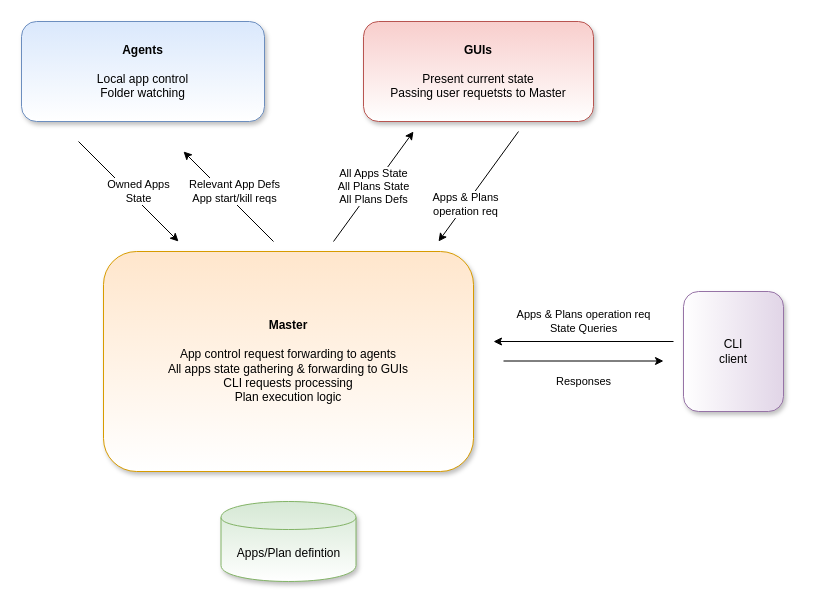
Above: page "Overview" (1 of 2) of Architecture.drawio in pjanec/dirigent (draw.io), before the change. Source tidied: cells renumbered, new cells numbered last; positions are measured from the earlier drawing's top-left corner, leaving out a move shared by most shapes. Both pictures are drawn from the tidied source at 100%, with x=0, y=0 at pixel (21, 21).
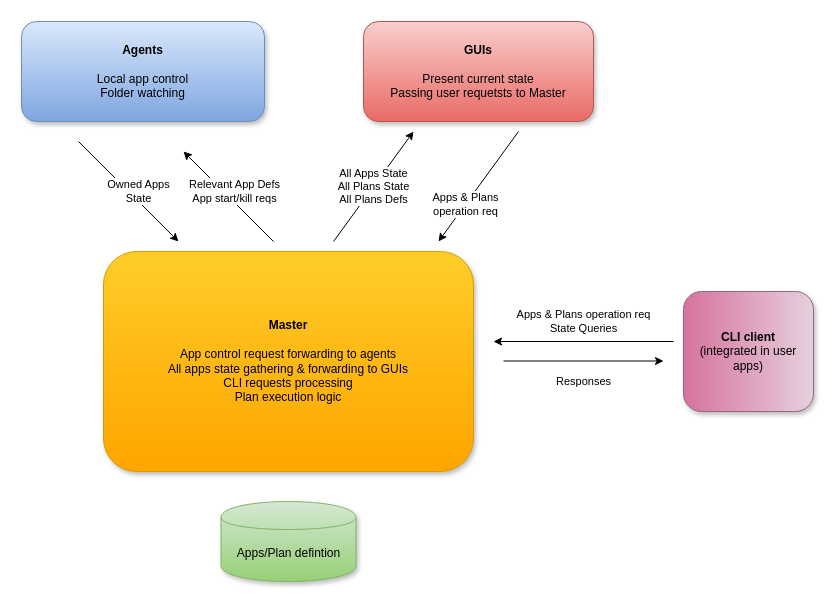
The same diagram, later.

What changed in the source:
```diff
@@
 <mxGraphModel>
   <root>
     <mxCell id="0" />
     <mxCell id="1" parent="0" />
-    <mxCell id="2" value="&lt;b&gt;Master&lt;br&gt;&lt;br&gt;&lt;/b&gt;App control request forwarding to agents&lt;br&gt;All apps state gathering &amp;amp; forwarding to GUIs&lt;br&gt;CLI requests processing&lt;br&gt;Plan execution logic" style="rounded=1;whiteSpace=wrap;html=1;fillColor=#ffe6cc;strokeColor=#d79b00;gradientColor=#ffffff;shadow=1;" parent="1" vertex="1">
+    <mxCell id="2" value="&lt;b&gt;Master&lt;br&gt;&lt;br&gt;&lt;/b&gt;App control request forwarding to agents&lt;br&gt;All apps state gathering &amp;amp; forwarding to GUIs&lt;br&gt;CLI requests processing&lt;br&gt;Plan execution logic" style="rounded=1;whiteSpace=wrap;html=1;fillColor=#ffcd28;strokeColor=#d79b00;gradientColor=#ffa500;shadow=1;" parent="1" vertex="1">
       <mxGeometry x="82" y="230" width="370" height="220" as="geometry" />
     </mxCell>
-    <mxCell id="3" value="&lt;b&gt;Agents&lt;/b&gt;&lt;br&gt;&lt;br&gt;Local app control&lt;br&gt;Folder watching" style="rounded=1;whiteSpace=wrap;html=1;fillColor=#dae8fc;strokeColor=#6c8ebf;gradientColor=#ffffff;glass=0;shadow=1;" parent="1" vertex="1">
+    <mxCell id="3" value="&lt;b&gt;Agents&lt;/b&gt;&lt;br&gt;&lt;br&gt;Local app control&lt;br&gt;Folder watching" style="rounded=1;whiteSpace=wrap;html=1;fillColor=#dae8fc;strokeColor=#6c8ebf;gradientColor=#7ea6e0;glass=0;shadow=1;" parent="1" vertex="1">
       <mxGeometry width="243" height="100" as="geometry" />
     </mxCell>
-    <mxCell id="4" value="&lt;b&gt;GUIs&lt;br&gt;&lt;br&gt;&lt;/b&gt;Present current state&lt;br&gt;Passing user requetsts to Master" style="rounded=1;whiteSpace=wrap;html=1;fillColor=#f8cecc;strokeColor=#b85450;gradientColor=#ffffff;shadow=1;" parent="1" vertex="1">
+    <mxCell id="4" value="&lt;b&gt;GUIs&lt;br&gt;&lt;br&gt;&lt;/b&gt;Present current state&lt;br&gt;Passing user requetsts to Master" style="rounded=1;whiteSpace=wrap;html=1;fillColor=#f8cecc;strokeColor=#b85450;gradientColor=#ea6b66;shadow=1;" parent="1" vertex="1">
       <mxGeometry x="342" width="230" height="100" as="geometry" />
     </mxCell>
     <mxCell id="5" value="All Apps State&lt;br&gt;All Plans State&lt;br&gt;All Plans Defs" style="endArrow=classic;html=1;" parent="1" edge="1">
       <mxGeometry relative="1" as="geometry">
         <mxPoint x="312" y="220" as="sourcePoint" />
         <mxPoint x="392" y="110" as="targetPoint" />
       </mxGeometry>
     </mxCell>
     <mxCell id="6" value="Relevant App Defs&lt;br&gt;App start/kill reqs" style="endArrow=classic;html=1;" parent="1" edge="1">
       <mxGeometry y="-7" relative="1" as="geometry">
         <mxPoint x="252" y="220" as="sourcePoint" />
         <mxPoint x="162" y="130" as="targetPoint" />
         <mxPoint x="1" as="offset" />
       </mxGeometry>
     </mxCell>
     <mxCell id="7" value="Owned Apps&lt;br&gt;State" style="endArrow=classic;html=1;" parent="1" edge="1">
       <mxGeometry x="0.1" y="7" relative="1" as="geometry">
         <mxPoint x="57" y="120" as="sourcePoint" />
         <mxPoint x="157" y="220" as="targetPoint" />
       </mxGeometry>
     </mxCell>
     <mxCell id="8" value="Apps &amp;amp; Plans&lt;br&gt;operation req" style="endArrow=classic;html=1;" parent="1" edge="1">
       <mxGeometry x="0.33" relative="1" as="geometry">
         <mxPoint x="497" y="110" as="sourcePoint" />
         <mxPoint x="417" y="220" as="targetPoint" />
       </mxGeometry>
     </mxCell>
-    <mxCell id="9" value="Apps/Plan defintion" style="shape=cylinder;whiteSpace=wrap;html=1;boundedLbl=1;backgroundOutline=1;fillColor=#d5e8d4;strokeColor=#82b366;gradientColor=#ffffff;shadow=1;" parent="1" vertex="1">
+    <mxCell id="9" value="Apps/Plan defintion" style="shape=cylinder;whiteSpace=wrap;html=1;boundedLbl=1;backgroundOutline=1;fillColor=#d5e8d4;strokeColor=#82b366;gradientColor=#97d077;shadow=1;" parent="1" vertex="1">
       <mxGeometry x="199.5" y="480" width="135" height="80" as="geometry" />
     </mxCell>
-    <mxCell id="10" value="CLI&lt;br&gt;client" style="rounded=1;whiteSpace=wrap;html=1;fillColor=#e1d5e7;strokeColor=#9673a6;gradientColor=#ffffff;direction=south;shadow=1;" parent="1" vertex="1">
-      <mxGeometry x="662" y="270" width="100" height="120" as="geometry" />
+    <mxCell id="10" value="&lt;b&gt;CLI client&lt;/b&gt;&lt;br&gt;(integrated in user apps)" style="rounded=1;whiteSpace=wrap;html=1;fillColor=#e6d0de;strokeColor=#996185;gradientColor=#d5739d;direction=south;shadow=1;" parent="1" vertex="1">
+      <mxGeometry x="662" y="270" width="130" height="120" as="geometry" />
     </mxCell>
     <mxCell id="11" value="Apps &amp;amp; Plans operation req&lt;br&gt;State Queries" style="endArrow=classic;html=1;" parent="1" edge="1">
       <mxGeometry y="-20" relative="1" as="geometry">
         <mxPoint x="652" y="320" as="sourcePoint" />
         <mxPoint x="472" y="320" as="targetPoint" />
       </mxGeometry>
     </mxCell>
     <mxCell id="12" value="Responses" style="endArrow=classic;html=1;" parent="1" edge="1">
       <mxGeometry y="-20" relative="1" as="geometry">
         <mxPoint x="482" y="339.5" as="sourcePoint" />
         <mxPoint x="642" y="339.5" as="targetPoint" />
       </mxGeometry>
     </mxCell>
   </root>
 </mxGraphModel>
```
